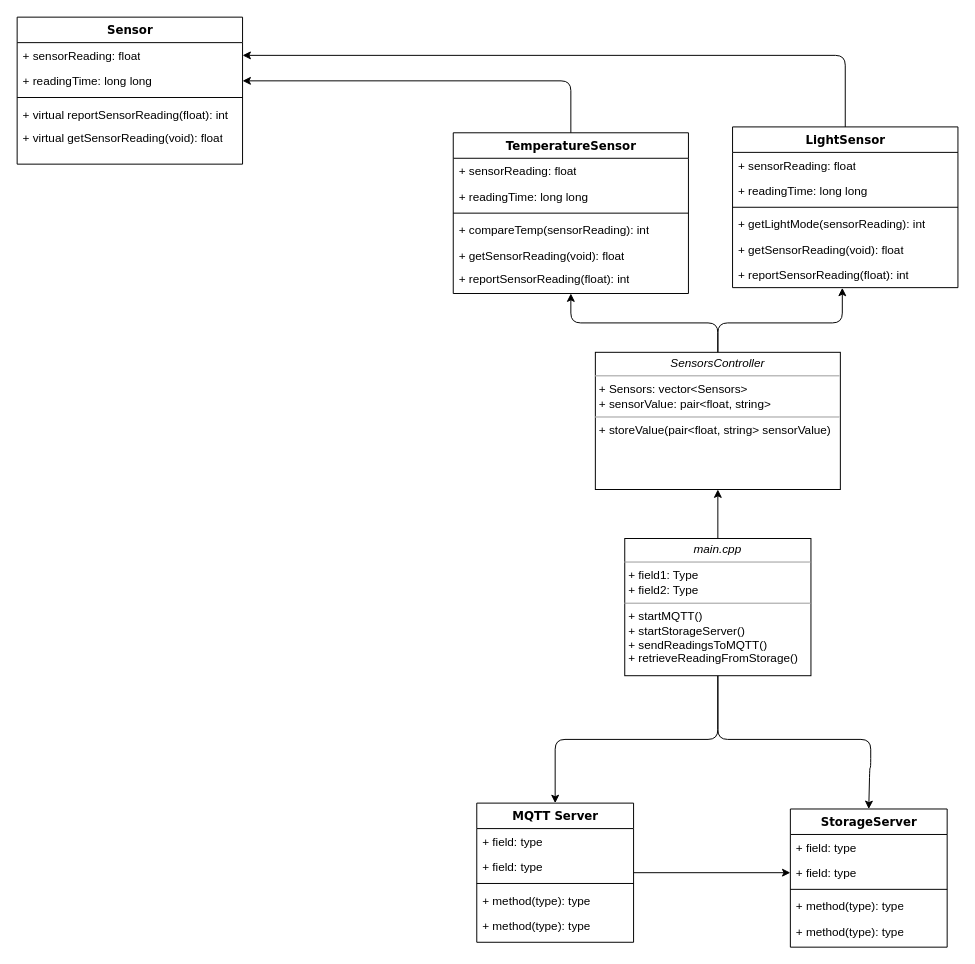
The draw.io diagram design.drawio in Marcelle-Samir/IoT-MQTT, before the edit. Source tidied: cells renumbered, new cells numbered last; positions are measured from the earlier drawing's top-left corner, leaving out a move shared by most shapes. Both pictures are drawn from the tidied source at 98%, with x=0, y=0 at pixel (17, 17).
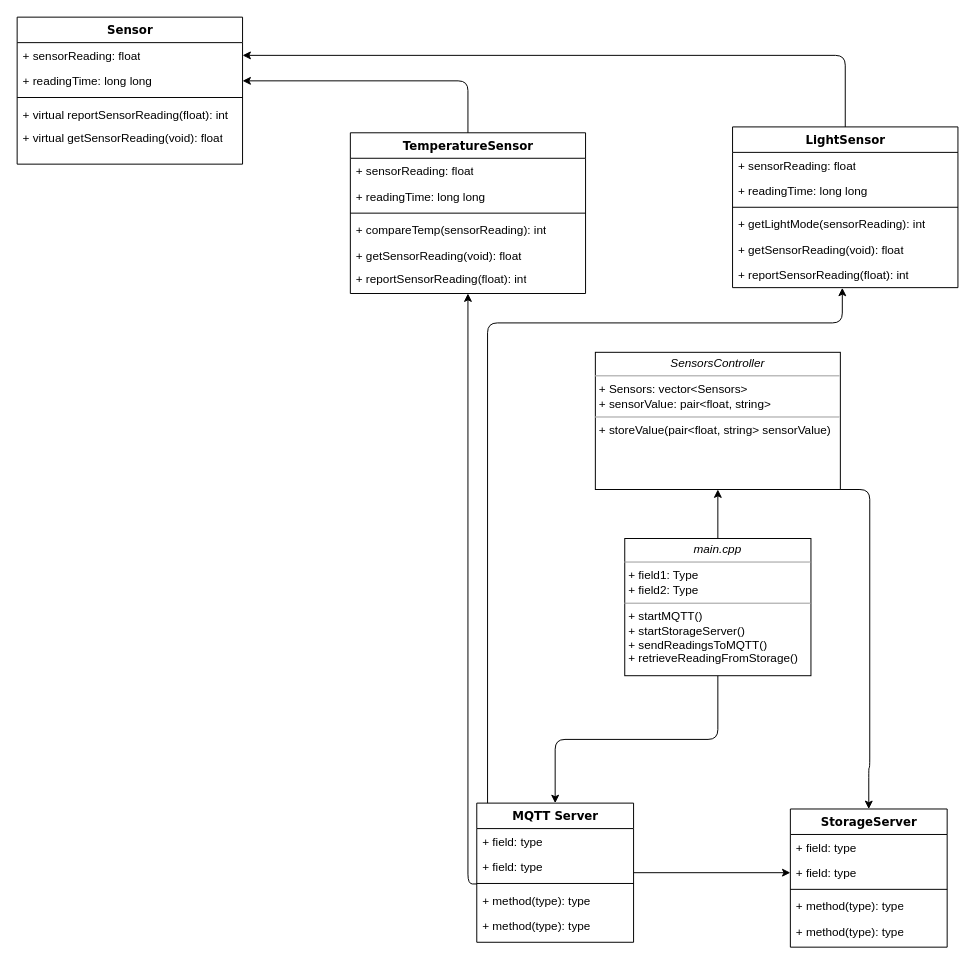
After the change.

Unchanged cells that the change refers to:
```xml
<mxCell id="4" value="+ readingTime: long long" style="text;html=1;strokeColor=none;fillColor=none;align=left;verticalAlign=top;spacingLeft=4;spacingRight=4;whiteSpace=wrap;overflow=hidden;points=[[0,0.5],[1,0.5]];portConstraint=eastwest;" parent="2" vertex="1">
  <mxGeometry y="52" width="230" height="26" as="geometry" />
</mxCell>
<mxCell id="20" style="line;html=1;strokeWidth=1;fillColor=none;align=left;verticalAlign=middle;spacingTop=-1;spacingLeft=3;spacingRight=3;labelPosition=right;points=[];portConstraint=eastwest;" parent="17" vertex="1">
  <mxGeometry y="78" width="160" height="8" as="geometry" />
</mxCell>
<mxCell id="23" value="StorageServer" style="swimlane;html=1;fontStyle=1;align=center;verticalAlign=top;horizontal=1;startSize=26;swimlaneFillColor=#ffffff;rounded=0;shadow=0;comic=0;labelBackgroundColor=none;strokeWidth=1;fillColor=none;fontFamily=Verdana;fontSize=12;" parent="1" vertex="1">
  <mxGeometry x="789" y="808" width="160" height="141" as="geometry" />
</mxCell>
<mxCell id="32" value="&lt;p style=&quot;margin:0px;margin-top:4px;text-align:center;&quot;&gt;&lt;i&gt;main.cpp&lt;/i&gt;&lt;/p&gt;&lt;hr size=&quot;1&quot;&gt;&lt;p style=&quot;margin:0px;margin-left:4px;&quot;&gt;+ field1: Type&lt;br&gt;+ field2: Type&lt;/p&gt;&lt;hr size=&quot;1&quot;&gt;&lt;p style=&quot;margin:0px;margin-left:4px;&quot;&gt;+ startMQTT()&lt;br&gt;+ startStorageServer()&lt;/p&gt;&lt;p style=&quot;margin:0px;margin-left:4px;&quot;&gt;+ sendReadingsToMQTT()&lt;br&gt;&lt;/p&gt;&lt;p style=&quot;margin:0px;margin-left:4px;&quot;&gt;+ retrieveReadingFromStorage()&lt;br&gt;&lt;/p&gt;" style="verticalAlign=top;align=left;overflow=fill;fontSize=12;fontFamily=Helvetica;html=1;rounded=0;shadow=0;comic=0;labelBackgroundColor=none;strokeWidth=1;" parent="1" vertex="1">
  <mxGeometry x="620" y="532" width="190" height="140" as="geometry" />
</mxCell>
<mxCell id="39" value="+ reportSensorReading(float): int&lt;br&gt;&lt;div&gt;&lt;br&gt;&lt;/div&gt;" style="text;html=1;strokeColor=none;fillColor=none;align=left;verticalAlign=top;spacingLeft=4;spacingRight=4;whiteSpace=wrap;overflow=hidden;points=[[0,0.5],[1,0.5]];portConstraint=eastwest;" parent="33" vertex="1">
  <mxGeometry y="138" width="230" height="26" as="geometry" />
</mxCell>
<mxCell id="42" value="&lt;p style=&quot;margin:0px;margin-top:4px;text-align:center;&quot;&gt;&lt;i&gt;SensorsController&lt;/i&gt;&lt;/p&gt;&lt;hr size=&quot;1&quot;&gt;&lt;p style=&quot;margin:0px;margin-left:4px;&quot;&gt;+ Sensors: vector&amp;lt;Sensors&amp;gt;&lt;br&gt;+ sensorValue:&amp;nbsp;&lt;span style=&quot;background-color: initial;&quot;&gt;pair&amp;lt;float, string&amp;gt;&lt;/span&gt;&lt;/p&gt;&lt;hr size=&quot;1&quot;&gt;&lt;p style=&quot;margin:0px;margin-left:4px;&quot;&gt;+ storeValue(&lt;span style=&quot;background-color: initial;&quot;&gt;pair&amp;lt;float, string&amp;gt;&amp;nbsp;&lt;/span&gt;&lt;span style=&quot;background-color: initial;&quot;&gt;sensorValue&lt;/span&gt;&lt;span style=&quot;background-color: initial;&quot;&gt;)&lt;/span&gt;&lt;/p&gt;&lt;p style=&quot;margin:0px;margin-left:4px;&quot;&gt;&lt;br&gt;&lt;/p&gt;" style="verticalAlign=top;align=left;overflow=fill;fontSize=12;fontFamily=Helvetica;html=1;rounded=0;shadow=0;comic=0;labelBackgroundColor=none;strokeWidth=1;" parent="1" vertex="1">
  <mxGeometry x="590" y="342" width="250" height="140" as="geometry" />
</mxCell>
```

What changed in the source:
```diff
@@
     <mxCell id="8" style="edgeStyle=orthogonalEdgeStyle;rounded=1;html=1;labelBackgroundColor=none;startArrow=none;startFill=0;endArrow=classic;endFill=1;fontFamily=Verdana;fontSize=12;strokeWidth=1;curved=0;strokeColor=default;entryX=1;entryY=0.5;entryDx=0;entryDy=0;exitX=0.5;exitY=0;exitDx=0;exitDy=0;" parent="1" edge="1" source="9" target="4">
       <mxGeometry relative="1" as="geometry">
         <Array as="points">
-          <mxPoint x="565" y="65" />
+          <mxPoint x="460" y="65" />
         </Array>
       </mxGeometry>
     </mxCell>
     <mxCell id="9" value="TemperatureSensor" style="swimlane;html=1;fontStyle=1;align=center;verticalAlign=top;horizontal=1;startSize=26;swimlaneFillColor=#ffffff;rounded=0;shadow=0;comic=0;labelBackgroundColor=none;strokeWidth=1;fillColor=none;fontFamily=Verdana;fontSize=12;" parent="1" vertex="1">
-      <mxGeometry x="445" y="118" width="240" height="164" as="geometry" />
+      <mxGeometry x="340" y="118" width="240" height="164" as="geometry" />
     </mxCell>
@@
-    <mxCell id="31" style="edgeStyle=orthogonalEdgeStyle;rounded=1;jettySize=auto;html=1;curved=0;entryX=0.5;entryY=0;entryDx=0;entryDy=0;exitX=0.5;exitY=1;exitDx=0;exitDy=0;" parent="1" edge="1" source="32" target="23">
+    <mxCell id="31" style="edgeStyle=orthogonalEdgeStyle;rounded=1;jettySize=auto;html=1;curved=0;entryX=0.5;entryY=0;entryDx=0;entryDy=0;exitX=1;exitY=1;exitDx=0;exitDy=0;" parent="1" edge="1" source="42" target="23">
       <mxGeometry relative="1" as="geometry">
         <Array as="points">
-          <mxPoint x="715" y="737" />
-          <mxPoint x="871" y="737" />
-          <mxPoint x="871" y="766" />
+          <mxPoint x="870" y="482" />
           <mxPoint x="870" y="766" />
-          <mxPoint x="870" y="808" />
         </Array>
       </mxGeometry>
     </mxCell>
@@
-    <mxCell id="41" style="edgeStyle=orthogonalEdgeStyle;rounded=1;jettySize=auto;html=1;entryX=0.5;entryY=1;entryDx=0;entryDy=0;curved=0;" parent="1" edge="1" source="42" target="9">
-      <mxGeometry relative="1" as="geometry" />
+    <mxCell id="41" style="edgeStyle=orthogonalEdgeStyle;rounded=1;jettySize=auto;html=1;curved=0;entryX=0.5;entryY=1;entryDx=0;entryDy=0;exitX=0.001;exitY=0.562;exitDx=0;exitDy=0;exitPerimeter=0;" parent="1" edge="1" source="20" target="9">
+      <mxGeometry relative="1" as="geometry">
+        <Array as="points">
+          <mxPoint x="460" y="885" />
+        </Array>
+      </mxGeometry>
     </mxCell>
@@
-    <mxCell id="43" style="edgeStyle=orthogonalEdgeStyle;rounded=1;jettySize=auto;html=1;entryX=0.487;entryY=1.008;entryDx=0;entryDy=0;entryPerimeter=0;curved=0;" parent="1" edge="1" source="42" target="39">
+    <mxCell id="43" style="edgeStyle=orthogonalEdgeStyle;rounded=1;jettySize=auto;html=1;entryX=0.487;entryY=1.008;entryDx=0;entryDy=0;entryPerimeter=0;curved=0;" parent="1" edge="1" target="39">
       <mxGeometry relative="1" as="geometry">
+        <mxPoint x="480" y="802" as="sourcePoint" />
         <Array as="points">
-          <mxPoint x="715" y="312" />
+          <mxPoint x="480" y="312" />
           <mxPoint x="842" y="312" />
         </Array>
       </mxGeometry>
     </mxCell>
```
